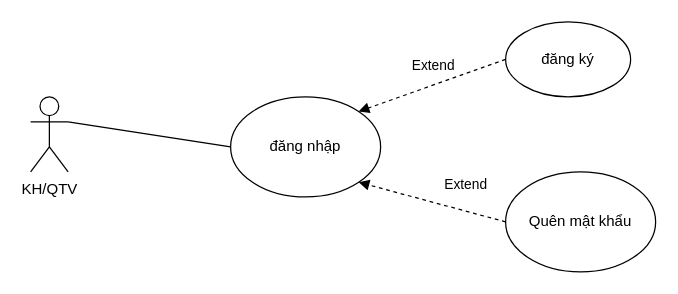
Uechi123/PTTKHTTT keeps this draw.io diagram as page "Page-2" (2 of 7) of usecase.drawio. Above is the earlier version. Source tidied: cells renumbered, new cells numbered last; positions are measured from the earlier drawing's top-left corner, leaving out a move shared by most shapes. Both pictures are drawn from the tidied source at 125%, with x=0, y=0 at pixel (30, 21).
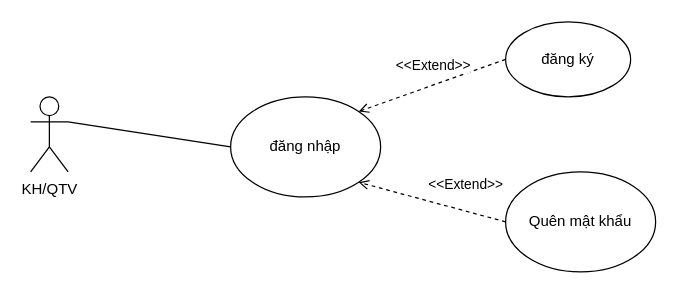
The same diagram, later.

The edit, as a diff of the source:
```diff
@@
 <mxGraphModel>
   <root>
     <mxCell id="0" />
     <mxCell id="1" parent="0" />
     <mxCell id="2" value="KH/QTV" style="shape=umlActor;verticalLabelPosition=bottom;verticalAlign=top;html=1;" parent="1" vertex="1">
       <mxGeometry y="60" width="30" height="60" as="geometry" />
     </mxCell>
     <mxCell id="3" value="đăng nhập" style="ellipse;whiteSpace=wrap;html=1;" parent="1" vertex="1">
       <mxGeometry x="160" y="60" width="120" height="80" as="geometry" />
     </mxCell>
     <mxCell id="4" style="endArrow=none;html=1;rounded=0;entryX=0;entryY=0.5;entryDx=0;entryDy=0;" parent="1" edge="1" target="3">
       <mxGeometry relative="1" as="geometry">
         <mxPoint x="30" y="80" as="sourcePoint" />
       </mxGeometry>
     </mxCell>
     <mxCell id="5" value="đăng ký" style="ellipse;whiteSpace=wrap;html=1;" parent="1" vertex="1">
       <mxGeometry x="380" width="100" height="60" as="geometry" />
     </mxCell>
     <mxCell id="6" value="Quên mật khẩu" style="ellipse;whiteSpace=wrap;html=1;" parent="1" vertex="1">
       <mxGeometry x="380" y="120" width="120" height="80" as="geometry" />
     </mxCell>
-    <mxCell id="7" style="endArrow=block;dashed=1;html=1;rounded=0;entryX=1;entryY=0;entryDx=0;entryDy=0;endFill=1;exitX=0;exitY=0.5;exitDx=0;exitDy=0;" parent="1" edge="1" source="5" target="3">
+    <mxCell id="7" style="endArrow=open;dashed=1;html=1;rounded=0;entryX=1;entryY=0;entryDx=0;entryDy=0;endFill=0;exitX=0;exitY=0.5;exitDx=0;exitDy=0;" parent="1" edge="1" source="5" target="3">
       <mxGeometry relative="1" as="geometry" />
     </mxCell>
-    <mxCell id="8" value="Extend" style="edgeLabel;html=1;align=center;verticalAlign=middle;" parent="7" vertex="1">
+    <mxCell id="8" value="&amp;lt;&amp;lt;Extend&amp;gt;&amp;gt;" style="edgeLabel;html=1;align=center;verticalAlign=middle;" parent="7" vertex="1">
       <mxGeometry x="-0.33" y="-1" relative="1" as="geometry">
         <mxPoint x="-19" y="-9" as="offset" />
       </mxGeometry>
     </mxCell>
-    <mxCell id="9" style="endArrow=block;dashed=1;html=1;rounded=0;entryX=1;entryY=1;entryDx=0;entryDy=0;endFill=1;exitX=0;exitY=0.5;exitDx=0;exitDy=0;" parent="1" edge="1" source="6" target="3">
+    <mxCell id="9" style="endArrow=open;dashed=1;html=1;rounded=0;entryX=1;entryY=1;entryDx=0;entryDy=0;endFill=0;exitX=0;exitY=0.5;exitDx=0;exitDy=0;" parent="1" edge="1" source="6" target="3">
       <mxGeometry relative="1" as="geometry" />
     </mxCell>
-    <mxCell id="10" value="Extend" style="edgeLabel;html=1;align=center;verticalAlign=middle;" parent="9" vertex="1">
+    <mxCell id="10" value="&amp;lt;&amp;lt;Extend&amp;gt;&amp;gt;" style="edgeLabel;html=1;align=center;verticalAlign=middle;" parent="9" vertex="1">
       <mxGeometry x="-0.33" y="-1" relative="1" as="geometry">
         <mxPoint x="7" y="-19" as="offset" />
       </mxGeometry>
     </mxCell>
   </root>
 </mxGraphModel>
```
